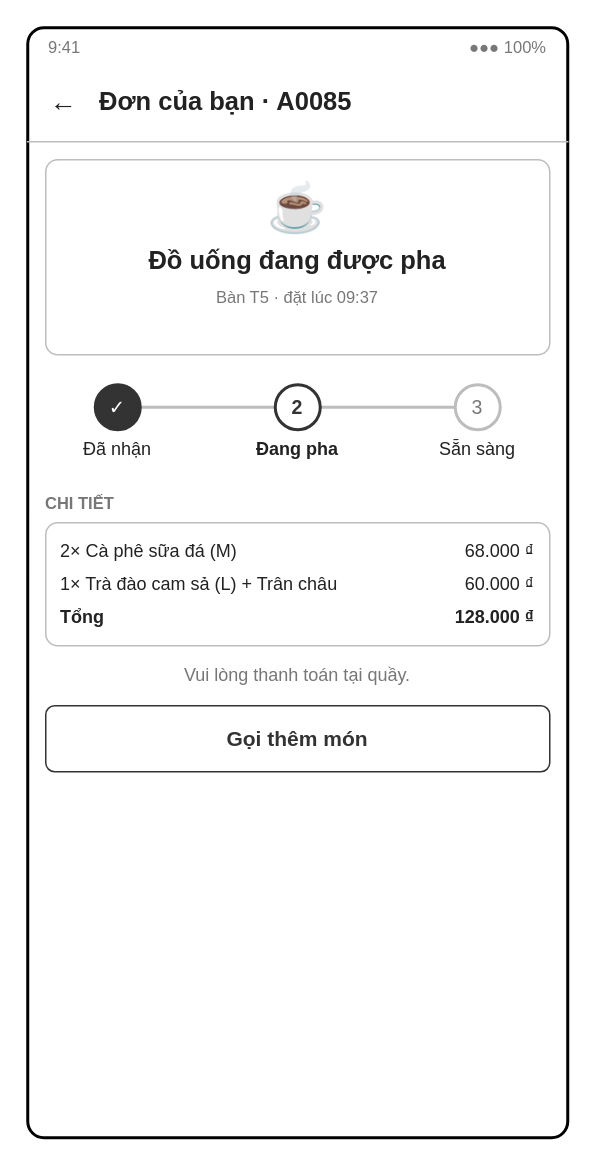
This is page "S18 Customer order status" (28 of 33) of docs/diagrams/screen-mockups.drawio from huytran303/CafeManagementSystem, a draw.io file, before an edit. Source tidied: cells renumbered, new cells numbered last; positions are measured from the earlier drawing's top-left corner, leaving out a move shared by most shapes. Both pictures are drawn from the tidied source at 150%, with x=0, y=0 at pixel (27, 27).
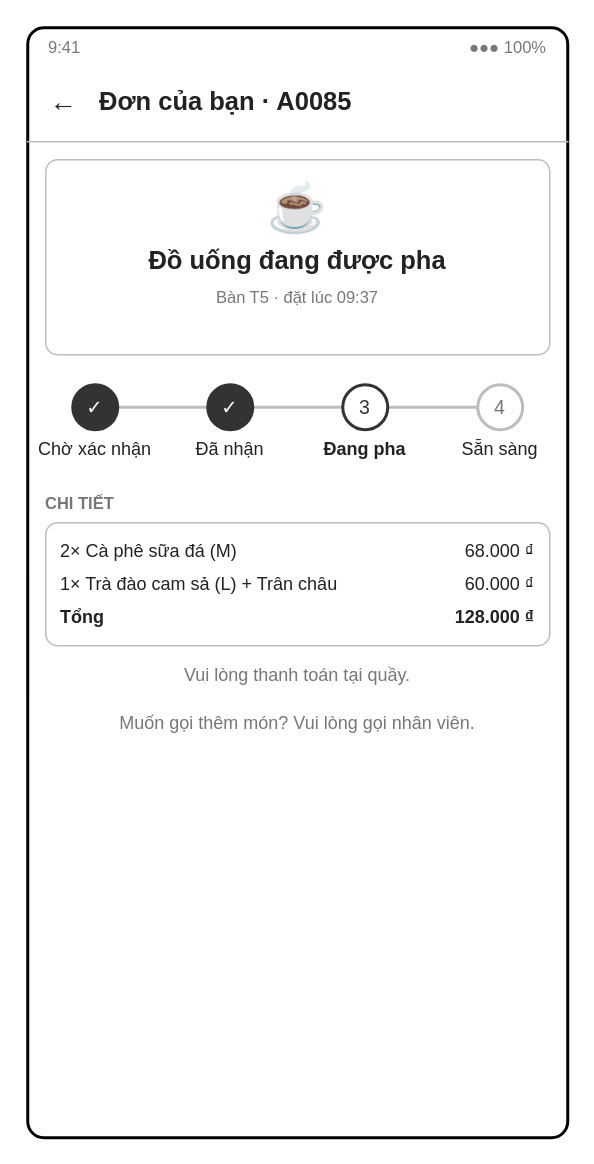
After the change.

Diff of the diagram source:
```diff
@@
     <mxCell id="12" style="html=1;whiteSpace=wrap;fontFamily=Helvetica;fillColor=#BDBDBD;strokeColor=none;" parent="1" vertex="1">
-      <mxGeometry x="60" y="252" width="240" height="2" as="geometry" />
+      <mxGeometry x="45" y="252" width="270" height="2" as="geometry" />
     </mxCell>
     <mxCell id="13" value="✓" style="html=1;whiteSpace=wrap;fontFamily=Helvetica;ellipse;fillColor=#333333;strokeColor=#333333;strokeWidth=2;fontColor=#FFFFFF;fontSize=13;" parent="1" vertex="1">
-      <mxGeometry x="45" y="238" width="30" height="30" as="geometry" />
+      <mxGeometry x="30" y="238" width="30" height="30" as="geometry" />
     </mxCell>
-    <mxCell id="14" value="Đã nhận" style="html=1;whiteSpace=wrap;fontFamily=Helvetica;html=1;whiteSpace=wrap;fontFamily=Helvetica;text;strokeColor=none;fillColor=none;spacing=0;fontSize=12;fontStyle=0;fontColor=#222222;align=center;verticalAlign=middle;" parent="1" vertex="1">
-      <mxGeometry x="10" y="272" width="100" height="18" as="geometry" />
+    <mxCell id="14" value="Chờ xác nhận" style="html=1;whiteSpace=wrap;fontFamily=Helvetica;html=1;whiteSpace=wrap;fontFamily=Helvetica;text;strokeColor=none;fillColor=none;spacing=0;fontSize=12;fontStyle=0;fontColor=#222222;align=center;verticalAlign=middle;" parent="1" vertex="1">
+      <mxGeometry y="272" width="90" height="18" as="geometry" />
     </mxCell>
-    <mxCell id="15" value="&lt;b&gt;2&lt;/b&gt;" style="html=1;whiteSpace=wrap;fontFamily=Helvetica;ellipse;fillColor=#FFFFFF;strokeColor=#333333;strokeWidth=2;fontColor=#333333;fontSize=13;" parent="1" vertex="1">
-      <mxGeometry x="165" y="238" width="30" height="30" as="geometry" />
+    <mxCell id="15" value="✓" style="html=1;whiteSpace=wrap;fontFamily=Helvetica;ellipse;fillColor=#333333;strokeColor=#333333;strokeWidth=2;fontColor=#FFFFFF;fontSize=13;" parent="1" vertex="1">
+      <mxGeometry x="120" y="238" width="30" height="30" as="geometry" />
     </mxCell>
-    <mxCell id="16" value="Đang pha" style="html=1;whiteSpace=wrap;fontFamily=Helvetica;html=1;whiteSpace=wrap;fontFamily=Helvetica;text;strokeColor=none;fillColor=none;spacing=0;fontSize=12;fontStyle=1;fontColor=#222222;align=center;verticalAlign=middle;" parent="1" vertex="1">
-      <mxGeometry x="130" y="272" width="100" height="18" as="geometry" />
+    <mxCell id="16" value="Đã nhận" style="html=1;whiteSpace=wrap;fontFamily=Helvetica;html=1;whiteSpace=wrap;fontFamily=Helvetica;text;strokeColor=none;fillColor=none;spacing=0;fontSize=12;fontStyle=0;fontColor=#222222;align=center;verticalAlign=middle;" parent="1" vertex="1">
+      <mxGeometry x="90" y="272" width="90" height="18" as="geometry" />
     </mxCell>
-    <mxCell id="17" value="3" style="html=1;whiteSpace=wrap;fontFamily=Helvetica;ellipse;fillColor=#FFFFFF;strokeColor=#BDBDBD;strokeWidth=2;fontColor=#777777;fontSize=13;" parent="1" vertex="1">
-      <mxGeometry x="285" y="238" width="30" height="30" as="geometry" />
+    <mxCell id="17" value="3" style="html=1;whiteSpace=wrap;fontFamily=Helvetica;ellipse;fillColor=#FFFFFF;strokeColor=#333333;strokeWidth=2;fontColor=#333333;fontSize=13;" parent="1" vertex="1">
+      <mxGeometry x="210" y="238" width="30" height="30" as="geometry" />
     </mxCell>
-    <mxCell id="18" value="Sẵn sàng" style="html=1;whiteSpace=wrap;fontFamily=Helvetica;html=1;whiteSpace=wrap;fontFamily=Helvetica;text;strokeColor=none;fillColor=none;spacing=0;fontSize=12;fontStyle=0;fontColor=#222222;align=center;verticalAlign=middle;" parent="1" vertex="1">
-      <mxGeometry x="250" y="272" width="100" height="18" as="geometry" />
+    <mxCell id="18" value="Đang pha" style="html=1;whiteSpace=wrap;fontFamily=Helvetica;html=1;whiteSpace=wrap;fontFamily=Helvetica;text;strokeColor=none;fillColor=none;spacing=0;fontSize=12;fontStyle=1;fontColor=#222222;align=center;verticalAlign=middle;" parent="1" vertex="1">
+      <mxGeometry x="180" y="272" width="90" height="18" as="geometry" />
     </mxCell>
+    <mxCell id="29" value="4" style="html=1;whiteSpace=wrap;fontFamily=Helvetica;ellipse;fillColor=#FFFFFF;strokeColor=#BDBDBD;strokeWidth=2;fontColor=#777777;fontSize=13;" parent="1" vertex="1">
+      <mxGeometry x="300" y="238" width="30" height="30" as="geometry" />
+    </mxCell>
+    <mxCell id="30" value="Sẵn sàng" style="html=1;whiteSpace=wrap;fontFamily=Helvetica;html=1;whiteSpace=wrap;fontFamily=Helvetica;text;strokeColor=none;fillColor=none;spacing=0;fontSize=12;fontStyle=0;fontColor=#222222;align=center;verticalAlign=middle;" parent="1" vertex="1">
+      <mxGeometry x="270" y="272" width="90" height="18" as="geometry" />
+    </mxCell>
@@
-    <mxCell id="28" value="Gọi thêm món" style="html=1;whiteSpace=wrap;fontFamily=Helvetica;rounded=1;absoluteArcSize=1;arcSize=12;fillColor=#FFFFFF;strokeColor=#333333;fontSize=14;fontColor=#333333;align=center;verticalAlign=middle;spacingLeft=4;spacingRight=4;fontStyle=1;dashed=0;" parent="1" vertex="1">
-      <mxGeometry x="12" y="452" width="336" height="44" as="geometry" />
+    <mxCell id="28" value="Muốn gọi thêm món? Vui lòng gọi nhân viên." style="html=1;whiteSpace=wrap;fontFamily=Helvetica;rounded=1;absoluteArcSize=1;arcSize=12;fillColor=none;strokeColor=none;fontSize=12;fontColor=#777777;align=center;verticalAlign=middle;spacingLeft=4;spacingRight=4;fontStyle=0;dashed=0;" parent="1" vertex="1">
+      <mxGeometry x="12" y="452" width="336" height="24" as="geometry" />
     </mxCell>
```
